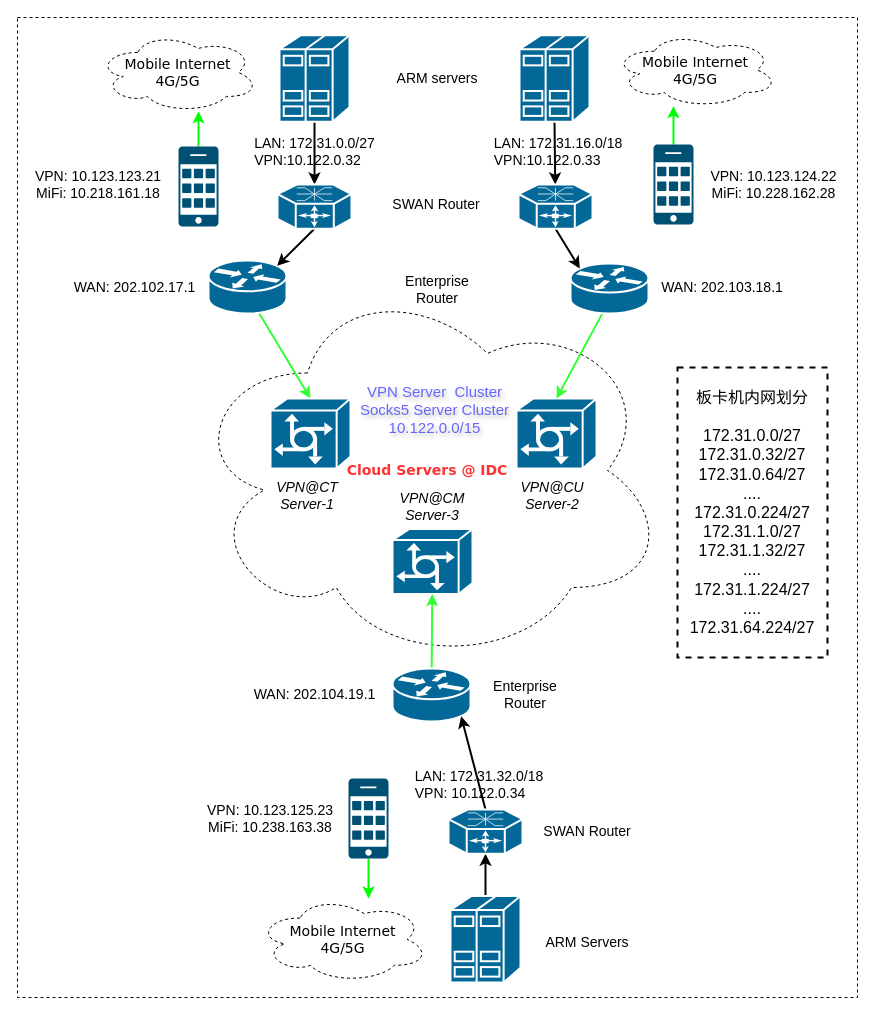
nxtreaming/andy_study keeps this draw.io diagram as Untitled Diagram.drawio. Above is the earlier version. Source tidied: cells renumbered, new cells numbered last; positions are measured from the earlier drawing's top-left corner, leaving out a move shared by most shapes. Both pictures are drawn from the tidied source at 100%, with x=0, y=0 at pixel (17, 17).
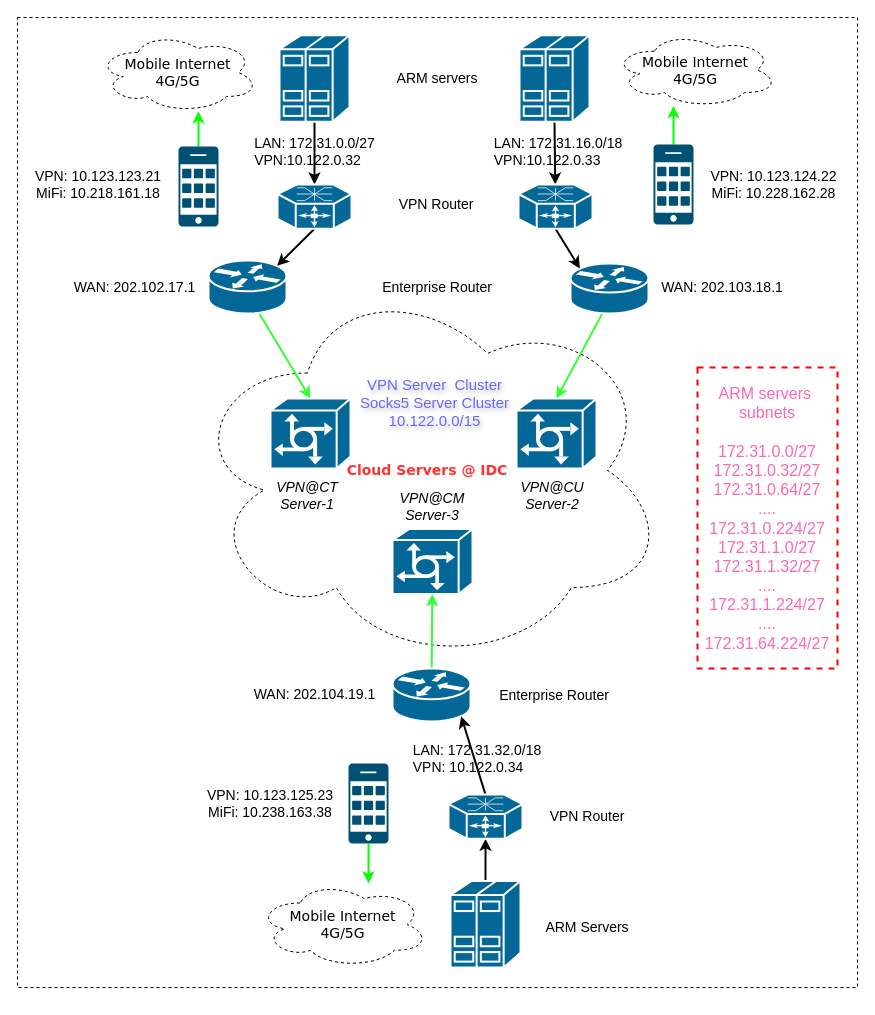
Above is the later version.

Diff of the diagram source:
```diff
@@
     <mxCell id="2" style="whiteSpace=wrap;html=1;fontColor=#0000FF;dashed=1;" parent="1" vertex="1">
-      <mxGeometry width="840" height="980" as="geometry" />
+      <mxGeometry width="840" height="970" as="geometry" />
     </mxCell>
@@
     <mxCell id="26" value="&lt;font style=&quot;font-size: 14px;&quot;&gt;Mobile Internet&lt;br&gt;4G/5G&lt;br&gt;&lt;/font&gt;" style="ellipse;shape=cloud;whiteSpace=wrap;html=1;rounded=0;shadow=0;comic=0;strokeWidth=1;fontFamily=Verdana;fontSize=12;dashed=1;" parent="1" vertex="1">
-      <mxGeometry x="240" y="879" width="171" height="86" as="geometry" />
+      <mxGeometry x="240" y="864" width="171" height="86" as="geometry" />
     </mxCell>
@@
     <mxCell id="30" style="sketch=0;points=[[0.015,0.015,0],[0.985,0.015,0],[0.985,0.985,0],[0.015,0.985,0],[0.25,0,0],[0.5,0,0],[0.75,0,0],[1,0.25,0],[1,0.5,0],[1,0.75,0],[0.75,1,0],[0.5,1,0],[0.25,1,0],[0,0.75,0],[0,0.5,0],[0,0.25,0]];verticalLabelPosition=bottom;html=1;verticalAlign=top;align=center;shape=mxgraph.cisco19.cell_phone;fillColor=#005073;strokeColor=none;" parent="1" vertex="1">
-      <mxGeometry x="331" y="761.1" width="40" height="80" as="geometry" />
+      <mxGeometry x="331" y="746.1" width="40" height="80" as="geometry" />
     </mxCell>
@@
     <mxCell id="32" style="shape=mxgraph.cisco.servers.standard_host;sketch=0;html=1;dashed=0;fillColor=#036897;strokeColor=#ffffff;strokeWidth=2;verticalLabelPosition=bottom;verticalAlign=top;align=center;outlineConnect=0;" parent="1" vertex="1">
-      <mxGeometry x="433" y="878.5" width="70" height="86.5" as="geometry" />
+      <mxGeometry x="433" y="863.5" width="70" height="86.5" as="geometry" />
     </mxCell>
@@
     <mxCell id="35" value="&lt;font style=&quot;font-size: 14px;&quot;&gt;Enterprise Router&lt;/font&gt;" style="text;strokeColor=none;align=center;fillColor=#FFFFFF;html=1;verticalAlign=middle;whiteSpace=wrap;rounded=0;" parent="1" vertex="1">
-      <mxGeometry x="370" y="256.8" width="100" height="30" as="geometry" />
+      <mxGeometry x="360" y="256.1" width="120" height="26.8" as="geometry" />
     </mxCell>
@@
     <mxCell id="41" value="&lt;font style=&quot;font-size: 14px;&quot;&gt;VPN: 10.123.125.23&lt;br&gt;MiFi: 10.238.163.38&lt;br&gt;&lt;/font&gt;" style="text;strokeColor=none;align=center;fillColor=none;html=1;verticalAlign=middle;whiteSpace=wrap;rounded=0;" parent="1" vertex="1">
-      <mxGeometry x="181" y="775.7" width="144" height="50.9" as="geometry" />
+      <mxGeometry x="181" y="760.7" width="144" height="50.9" as="geometry" />
     </mxCell>
     <mxCell id="42" value="&lt;font color=&quot;#6666ff&quot; style=&quot;font-size: 15px;&quot;&gt;VPN Server&amp;nbsp; Cluster&lt;br&gt;Socks5 Server Cluster&lt;br&gt;10.122.0.0/15&lt;/font&gt;" style="text;align=center;html=1;verticalAlign=middle;whiteSpace=wrap;rounded=0;fontColor=#EA6B66;labelBorderColor=none;textShadow=1;" parent="1" vertex="1">
-      <mxGeometry x="339" y="349" width="157" height="85" as="geometry" />
+      <mxGeometry x="339" y="349" width="157" height="71" as="geometry" />
     </mxCell>
@@
-    <mxCell id="44" value="&lt;font style=&quot;font-size: 14px;&quot;&gt;SWAN Router&lt;br&gt;&lt;/font&gt;" style="text;strokeColor=#FFFFFF;align=center;fillColor=#FFFFFF;html=1;verticalAlign=middle;whiteSpace=wrap;rounded=0;fontColor=#000000;" parent="1" vertex="1">
+    <mxCell id="44" value="&lt;font style=&quot;font-size: 14px;&quot;&gt;VPN Router&lt;br&gt;&lt;/font&gt;" style="text;strokeColor=#FFFFFF;align=center;fillColor=#FFFFFF;html=1;verticalAlign=middle;whiteSpace=wrap;rounded=0;fontColor=#000000;" parent="1" vertex="1">
       <mxGeometry x="369" y="172.1" width="100" height="30" as="geometry" />
     </mxCell>
@@
     <mxCell id="46" style="shape=mxgraph.cisco.routers.optical_services_router;sketch=0;html=1;dashed=0;fillColor=#036897;strokeColor=#ffffff;strokeWidth=2;verticalLabelPosition=bottom;verticalAlign=top;align=center;outlineConnect=0;" parent="1" vertex="1">
-      <mxGeometry x="431" y="792.1" width="74" height="44.2" as="geometry" />
+      <mxGeometry x="431" y="777.1" width="74" height="44.2" as="geometry" />
     </mxCell>
-    <mxCell id="47" value="&lt;font style=&quot;font-size: 14px;&quot;&gt;Enterprise&lt;br&gt;Router&lt;br&gt;&lt;/font&gt;" style="text;strokeColor=none;align=center;fillColor=#FFFFFF;html=1;verticalAlign=middle;whiteSpace=wrap;rounded=0;" parent="1" vertex="1">
-      <mxGeometry x="470" y="662" width="75.5" height="30" as="geometry" />
+    <mxCell id="47" value="&lt;font style=&quot;font-size: 14px;&quot;&gt;Enterprise Router&lt;br&gt;&lt;/font&gt;" style="text;strokeColor=none;align=center;fillColor=#FFFFFF;html=1;verticalAlign=middle;whiteSpace=wrap;rounded=0;" parent="1" vertex="1">
+      <mxGeometry x="472" y="664" width="130" height="28" as="geometry" />
     </mxCell>
-    <mxCell id="48" value="&lt;font style=&quot;font-size: 14px;&quot;&gt;SWAN Router&lt;br&gt;&lt;/font&gt;" style="text;strokeColor=none;align=center;fillColor=#FFFFFF;html=1;verticalAlign=middle;whiteSpace=wrap;rounded=0;fontColor=#000000;" parent="1" vertex="1">
-      <mxGeometry x="520" y="799.2" width="100" height="30" as="geometry" />
+    <mxCell id="48" value="&lt;font style=&quot;font-size: 14px;&quot;&gt;VPN Router&lt;/font&gt;" style="text;strokeColor=none;align=center;fillColor=#FFFFFF;html=1;verticalAlign=middle;whiteSpace=wrap;rounded=0;fontColor=#000000;" parent="1" vertex="1">
+      <mxGeometry x="520" y="784.2" width="100" height="30" as="geometry" />
     </mxCell>
     <mxCell id="49" value="&lt;font style=&quot;font-size: 14px;&quot;&gt;ARM Servers&lt;/font&gt;" style="text;strokeColor=none;align=center;fillColor=#FFFFFF;html=1;verticalAlign=middle;whiteSpace=wrap;rounded=0;" parent="1" vertex="1">
-      <mxGeometry x="520" y="910" width="100" height="30" as="geometry" />
+      <mxGeometry x="520" y="895" width="100" height="30" as="geometry" />
     </mxCell>
@@
     <mxCell id="52" value="&lt;font style=&quot;font-size: 14px;&quot;&gt;LAN: 172.31.32.0/18&lt;br&gt;&lt;div style=&quot;text-align: left;&quot;&gt;&lt;span style=&quot;background-color: initial;&quot;&gt;VPN: 10.122.0.34&lt;/span&gt;&lt;/div&gt;&lt;/font&gt;" style="text;strokeColor=none;align=center;fillColor=none;html=1;verticalAlign=middle;whiteSpace=wrap;rounded=0;" parent="1" vertex="1">
-      <mxGeometry x="392" y="752" width="140" height="30" as="geometry" />
+      <mxGeometry x="390" y="726" width="140" height="30" as="geometry" />
     </mxCell>
-    <mxCell id="53" value="&lt;div&gt;&lt;font size=&quot;3&quot;&gt;板卡机内网划分&lt;/font&gt;&lt;/div&gt;&lt;div&gt;&lt;font size=&quot;3&quot;&gt;&lt;br&gt;&lt;/font&gt;&lt;/div&gt;&lt;font size=&quot;3&quot;&gt;172.31.0.0/27&lt;/font&gt;&lt;div&gt;&lt;font size=&quot;3&quot;&gt;172.31.0.32/27&lt;/font&gt;&lt;/div&gt;&lt;div&gt;&lt;font size=&quot;3&quot;&gt;172.31.0.64/27&lt;/font&gt;&lt;/div&gt;&lt;div&gt;&lt;font size=&quot;3&quot;&gt;....&lt;/font&gt;&lt;/div&gt;&lt;div&gt;&lt;font size=&quot;3&quot;&gt;172.31.0.224/27&lt;/font&gt;&lt;/div&gt;&lt;div&gt;&lt;font size=&quot;3&quot;&gt;172.31.1.0/27&lt;/font&gt;&lt;/div&gt;&lt;div&gt;&lt;font size=&quot;3&quot;&gt;172.31.1.32/27&lt;/font&gt;&lt;/div&gt;&lt;div&gt;&lt;font size=&quot;3&quot;&gt;....&lt;/font&gt;&lt;/div&gt;&lt;div&gt;&lt;font size=&quot;3&quot;&gt;172.31.1.224/27&lt;/font&gt;&lt;/div&gt;&lt;div&gt;&lt;font size=&quot;3&quot;&gt;....&lt;/font&gt;&lt;/div&gt;&lt;div&gt;&lt;font size=&quot;3&quot;&gt;172.31.64.224/27&lt;/font&gt;&lt;/div&gt;" style="whiteSpace=wrap;html=1;strokeColor=default;dashed=1;strokeWidth=2;" parent="1" vertex="1">
-      <mxGeometry x="660" y="350" width="150" height="290" as="geometry" />
+    <mxCell id="53" value="&lt;div&gt;&lt;span style=&quot;color: rgb(255, 102, 179); font-size: medium; background-color: initial;&quot;&gt;ARM servers&amp;nbsp;&lt;/span&gt;&lt;br&gt;&lt;/div&gt;&lt;div&gt;&lt;font size=&quot;3&quot; color=&quot;#ff66b3&quot;&gt;subnets&lt;/font&gt;&lt;/div&gt;&lt;div&gt;&lt;span style=&quot;color: rgb(255, 102, 179); font-size: medium; background-color: initial;&quot;&gt;&lt;br&gt;&lt;/span&gt;&lt;/div&gt;&lt;div&gt;&lt;span style=&quot;color: rgb(255, 102, 179); font-size: medium; background-color: initial;&quot;&gt;172.31.0.0/27&lt;/span&gt;&lt;br&gt;&lt;/div&gt;&lt;div&gt;&lt;font color=&quot;#ff66b3&quot; size=&quot;3&quot;&gt;172.31.0.32/27&lt;/font&gt;&lt;/div&gt;&lt;div&gt;&lt;font color=&quot;#ff66b3&quot; size=&quot;3&quot;&gt;172.31.0.64/27&lt;/font&gt;&lt;/div&gt;&lt;div&gt;&lt;font color=&quot;#ff66b3&quot; size=&quot;3&quot;&gt;....&lt;/font&gt;&lt;/div&gt;&lt;div&gt;&lt;font color=&quot;#ff66b3&quot; size=&quot;3&quot;&gt;172.31.0.224/27&lt;/font&gt;&lt;/div&gt;&lt;div&gt;&lt;font color=&quot;#ff66b3&quot; size=&quot;3&quot;&gt;172.31.1.0/27&lt;/font&gt;&lt;/div&gt;&lt;div&gt;&lt;font color=&quot;#ff66b3&quot; size=&quot;3&quot;&gt;172.31.1.32/27&lt;/font&gt;&lt;/div&gt;&lt;div&gt;&lt;font color=&quot;#ff66b3&quot; size=&quot;3&quot;&gt;....&lt;/font&gt;&lt;/div&gt;&lt;div&gt;&lt;font color=&quot;#ff66b3&quot; size=&quot;3&quot;&gt;172.31.1.224/27&lt;/font&gt;&lt;/div&gt;&lt;div&gt;&lt;font color=&quot;#ff66b3&quot; size=&quot;3&quot;&gt;....&lt;/font&gt;&lt;/div&gt;&lt;div&gt;&lt;font color=&quot;#ff66b3&quot; size=&quot;3&quot;&gt;172.31.64.224/27&lt;/font&gt;&lt;/div&gt;" style="whiteSpace=wrap;html=1;strokeColor=#FF0000;dashed=1;strokeWidth=2;" parent="1" vertex="1">
+      <mxGeometry x="680" y="350" width="140" height="301" as="geometry" />
     </mxCell>
```
